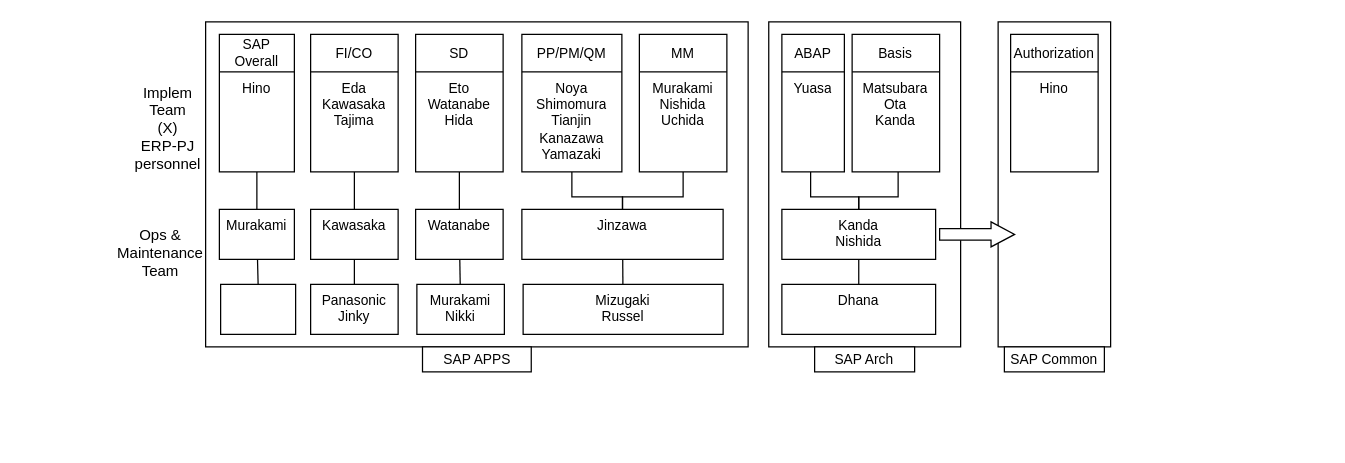
The draw.io diagram KP_org.drawio in ivanpilariza/assignment, before the edit. Source tidied: cells renumbered, new cells numbered last; positions are measured from the earlier drawing's top-left corner, leaving out a move shared by most shapes. Both pictures are drawn from the tidied source at 125%, with x=0, y=0 at pixel (122, 21).
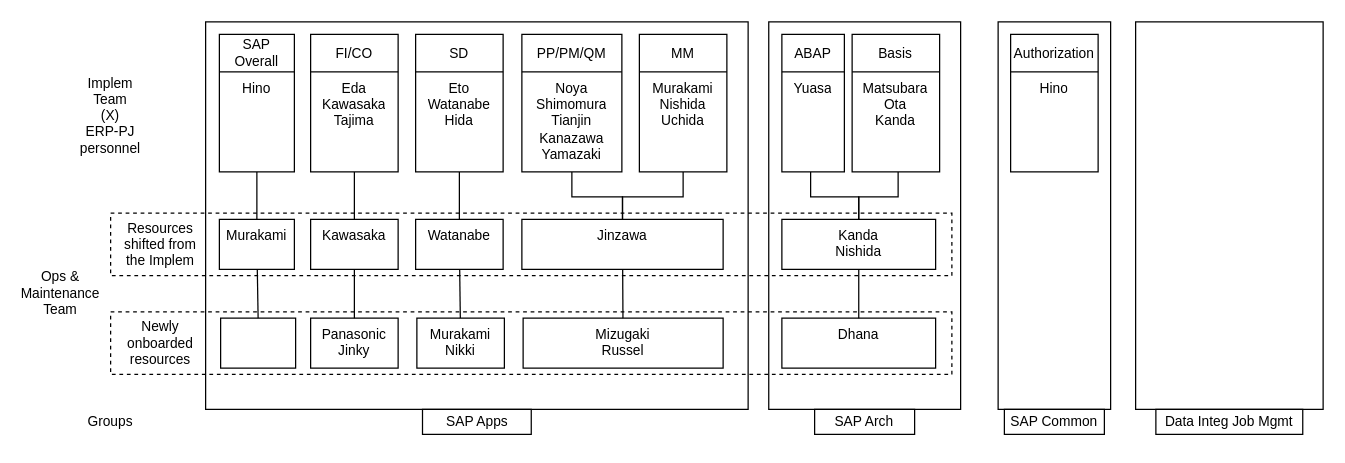
After the change.

The change refers to these unchanged cells:
```xml
<mxCell id="6" value="Hino" style="text;strokeColor=none;fillColor=none;align=center;verticalAlign=top;spacingLeft=4;spacingRight=4;overflow=hidden;points=[[0,0.5],[1,0.5]];portConstraint=eastwest;html=1;fontSize=11;whiteSpace=wrap;" parent="5" vertex="1">
  <mxGeometry y="30" width="60" height="80" as="geometry" />
</mxCell>
<mxCell id="8" value="Eda&lt;div&gt;Kawasaka&lt;/div&gt;&lt;div&gt;Tajima&lt;/div&gt;" style="text;strokeColor=none;fillColor=none;align=center;verticalAlign=top;spacingLeft=4;spacingRight=4;overflow=hidden;points=[[0,0.5],[1,0.5]];portConstraint=eastwest;whiteSpace=wrap;html=1;fontSize=11;" parent="7" vertex="1">
  <mxGeometry y="30" width="70" height="80" as="geometry" />
</mxCell>
<mxCell id="10" value="Eto&lt;div&gt;Watanabe&lt;/div&gt;&lt;div&gt;Hida&lt;/div&gt;" style="text;strokeColor=none;fillColor=none;align=center;verticalAlign=top;spacingLeft=4;spacingRight=4;overflow=hidden;points=[[0,0.5],[1,0.5]];portConstraint=eastwest;whiteSpace=wrap;html=1;fontSize=11;" parent="9" vertex="1">
  <mxGeometry y="30" width="70" height="80" as="geometry" />
</mxCell>
<mxCell id="12" value="&lt;font&gt;Noya&lt;/font&gt;&lt;div&gt;&lt;font&gt;Shimomura&lt;/font&gt;&lt;/div&gt;&lt;div&gt;&lt;font&gt;Tianjin&lt;/font&gt;&lt;/div&gt;&lt;div&gt;&lt;font&gt;Kanazawa&lt;/font&gt;&lt;/div&gt;&lt;div&gt;&lt;font&gt;Yamazaki&lt;/font&gt;&lt;/div&gt;" style="text;strokeColor=none;fillColor=none;align=center;verticalAlign=top;spacingLeft=4;spacingRight=4;overflow=hidden;points=[[0,0.5],[1,0.5]];portConstraint=eastwest;whiteSpace=wrap;html=1;fontSize=11;" parent="11" vertex="1">
  <mxGeometry y="30" width="80" height="80" as="geometry" />
</mxCell>
<mxCell id="14" value="Murakami&lt;div&gt;Nishida&lt;/div&gt;&lt;div&gt;Uchida&lt;/div&gt;" style="text;strokeColor=none;fillColor=none;align=center;verticalAlign=top;spacingLeft=4;spacingRight=4;overflow=hidden;points=[[0,0.5],[1,0.5]];portConstraint=eastwest;whiteSpace=wrap;html=1;fontSize=11;" parent="13" vertex="1">
  <mxGeometry y="30" width="70" height="80" as="geometry" />
</mxCell>
<mxCell id="15" value="ABAP" style="swimlane;fontStyle=0;horizontal=1;startSize=30;whiteSpace=wrap;html=1;fontSize=11;verticalAlign=middle;" parent="1" vertex="1">
  <mxGeometry x="527" y="10" width="50" height="110" as="geometry" />
</mxCell>
<mxCell id="18" value="Matsubara&lt;div&gt;Ota&lt;/div&gt;&lt;div&gt;Kanda&lt;/div&gt;" style="text;strokeColor=none;fillColor=none;align=center;verticalAlign=top;spacingLeft=4;spacingRight=4;overflow=hidden;points=[[0,0.5],[1,0.5]];portConstraint=eastwest;whiteSpace=wrap;html=1;fontSize=11;" parent="17" vertex="1">
  <mxGeometry y="30" width="70" height="80" as="geometry" />
</mxCell>
```

Change to the diagram source:
```diff
@@
-    <mxCell id="2" style="rounded=0;whiteSpace=wrap;html=1;" parent="1" vertex="1">
-      <mxGeometry x="700" width="90" height="260" as="geometry" />
+    <mxCell id="2" style="rounded=0;whiteSpace=wrap;html=1;fontSize=11;" parent="1" vertex="1">
+      <mxGeometry x="700" width="90" height="310" as="geometry" />
     </mxCell>
-    <mxCell id="3" style="rounded=0;whiteSpace=wrap;html=1;" parent="1" vertex="1">
-      <mxGeometry x="516.5" width="153.5" height="260" as="geometry" />
+    <mxCell id="3" style="rounded=0;whiteSpace=wrap;html=1;fontSize=11;" parent="1" vertex="1">
+      <mxGeometry x="516.5" width="153.5" height="310" as="geometry" />
     </mxCell>
-    <mxCell id="4" style="rounded=0;whiteSpace=wrap;html=1;" parent="1" vertex="1">
-      <mxGeometry x="66" width="434" height="260" as="geometry" />
+    <mxCell id="4" style="rounded=0;whiteSpace=wrap;html=1;fontSize=11;" parent="1" vertex="1">
+      <mxGeometry x="66" width="434" height="310" as="geometry" />
     </mxCell>
@@
-    <mxCell id="21" value="SAP APPS" style="rounded=0;whiteSpace=wrap;html=1;fontSize=11;verticalAlign=middle;" parent="1" vertex="1">
-      <mxGeometry x="239.5" y="260" width="87" height="20" as="geometry" />
+    <mxCell id="21" value="SAP Apps" style="rounded=0;whiteSpace=wrap;html=1;fontSize=11;verticalAlign=middle;" parent="1" vertex="1">
+      <mxGeometry x="239.5" y="310" width="87" height="20" as="geometry" />
     </mxCell>
     <mxCell id="22" value="Murakami" style="rounded=0;whiteSpace=wrap;html=1;fontSize=11;verticalAlign=top;" parent="1" vertex="1">
-      <mxGeometry x="77" y="150" width="60" height="40" as="geometry" />
+      <mxGeometry x="77" y="158" width="60" height="40" as="geometry" />
     </mxCell>
     <mxCell id="23" value="Kawasaka" style="rounded=0;whiteSpace=wrap;html=1;fontSize=11;verticalAlign=top;" parent="1" vertex="1">
-      <mxGeometry x="150" y="150" width="70" height="40" as="geometry" />
+      <mxGeometry x="150" y="158" width="70" height="40" as="geometry" />
     </mxCell>
     <mxCell id="24" value="Panasonic&lt;div&gt;Jinky&lt;/div&gt;" style="rounded=0;whiteSpace=wrap;html=1;fontSize=11;verticalAlign=top;" parent="1" vertex="1">
-      <mxGeometry x="150" y="210" width="70" height="40" as="geometry" />
+      <mxGeometry x="150" y="237" width="70" height="40" as="geometry" />
     </mxCell>
     <mxCell id="25" value="Watanabe" style="rounded=0;whiteSpace=wrap;html=1;fontSize=11;verticalAlign=top;" parent="1" vertex="1">
-      <mxGeometry x="234" y="150" width="70" height="40" as="geometry" />
+      <mxGeometry x="234" y="158" width="70" height="40" as="geometry" />
     </mxCell>
     <mxCell id="26" value="Murakami&lt;div&gt;Nikki&lt;/div&gt;" style="rounded=0;whiteSpace=wrap;html=1;fontSize=11;verticalAlign=top;" parent="1" vertex="1">
-      <mxGeometry x="235" y="210" width="70" height="40" as="geometry" />
+      <mxGeometry x="235" y="237" width="70" height="40" as="geometry" />
     </mxCell>
     <mxCell id="27" value="Jinzawa" style="rounded=0;whiteSpace=wrap;html=1;fontSize=11;verticalAlign=top;" parent="1" vertex="1">
-      <mxGeometry x="319" y="150" width="161" height="40" as="geometry" />
+      <mxGeometry x="319" y="158" width="161" height="40" as="geometry" />
     </mxCell>
     <mxCell id="28" value="Mizugaki&lt;div&gt;Russel&lt;/div&gt;" style="rounded=0;whiteSpace=wrap;html=1;fontSize=11;verticalAlign=top;" parent="1" vertex="1">
-      <mxGeometry x="320" y="210" width="160" height="40" as="geometry" />
+      <mxGeometry x="320" y="237" width="160" height="40" as="geometry" />
     </mxCell>
     <mxCell id="29" value="Kanda&lt;div&gt;Nishida&lt;/div&gt;" style="rounded=0;whiteSpace=wrap;html=1;fontSize=11;verticalAlign=top;" parent="1" vertex="1">
-      <mxGeometry x="527" y="150" width="123" height="40" as="geometry" />
+      <mxGeometry x="527" y="158" width="123" height="40" as="geometry" />
     </mxCell>
     <mxCell id="30" value="Dhana" style="rounded=0;whiteSpace=wrap;html=1;fontSize=11;verticalAlign=top;" parent="1" vertex="1">
-      <mxGeometry x="527" y="210" width="123" height="40" as="geometry" />
+      <mxGeometry x="527" y="237" width="123" height="40" as="geometry" />
     </mxCell>
     <mxCell id="31" value="SAP Arch" style="rounded=0;whiteSpace=wrap;html=1;fontSize=11;verticalAlign=middle;" parent="1" vertex="1">
-      <mxGeometry x="553.2" y="260" width="80" height="20" as="geometry" />
+      <mxGeometry x="553.2" y="310" width="80" height="20" as="geometry" />
     </mxCell>
     <mxCell id="32" value="SAP Common" style="rounded=0;whiteSpace=wrap;html=1;fontSize=11;verticalAlign=middle;" parent="1" vertex="1">
-      <mxGeometry x="705" y="260" width="80" height="20" as="geometry" />
+      <mxGeometry x="705" y="310" width="80" height="20" as="geometry" />
     </mxCell>
     <mxCell id="33" style="rounded=0;whiteSpace=wrap;html=1;fontSize=11;verticalAlign=top;" parent="1" vertex="1">
-      <mxGeometry x="78" y="210" width="60" height="40" as="geometry" />
+      <mxGeometry x="78" y="237" width="60" height="40" as="geometry" />
     </mxCell>
-    <mxCell id="34" value="Implem Team&lt;div&gt;&lt;div&gt;(X)&lt;/div&gt;&lt;div&gt;ERP-PJ&lt;/div&gt;&lt;div&gt;personnel&lt;/div&gt;&lt;/div&gt;" style="text;html=1;whiteSpace=wrap;strokeColor=none;fillColor=none;align=center;verticalAlign=middle;rounded=0;" parent="1" vertex="1">
-      <mxGeometry x="6" y="70" width="60" height="30" as="geometry" />
+    <mxCell id="34" value="Implem Team&lt;div&gt;&lt;div&gt;(X)&lt;/div&gt;&lt;div&gt;ERP-PJ&lt;/div&gt;&lt;div&gt;personnel&lt;/div&gt;&lt;/div&gt;" style="text;html=1;whiteSpace=wrap;strokeColor=none;fillColor=none;align=center;verticalAlign=middle;rounded=0;fontSize=11;" parent="1" vertex="1">
+      <mxGeometry x="-40" y="60" width="60" height="30" as="geometry" />
     </mxCell>
-    <mxCell id="35" value="Ops &amp;amp; Maintenance Team" style="text;html=1;whiteSpace=wrap;strokeColor=none;fillColor=none;align=center;verticalAlign=middle;rounded=0;" parent="1" vertex="1">
-      <mxGeometry y="170" width="60" height="30" as="geometry" />
+    <mxCell id="35" value="Ops &amp;amp; Maintenance Team" style="text;html=1;whiteSpace=wrap;strokeColor=none;fillColor=none;align=center;verticalAlign=middle;rounded=0;fontSize=11;" parent="1" vertex="1">
+      <mxGeometry x="-80" y="202" width="60" height="30" as="geometry" />
     </mxCell>
-    <mxCell id="36" style="endArrow=none;html=1;rounded=0;exitX=0.5;exitY=0;exitDx=0;exitDy=0;" parent="1" edge="1" source="22" target="6">
+    <mxCell id="36" style="endArrow=none;html=1;rounded=0;exitX=0.5;exitY=0;exitDx=0;exitDy=0;fontSize=11;" parent="1" edge="1" source="22" target="6">
       <mxGeometry relative="1" as="geometry" />
     </mxCell>
-    <mxCell id="37" style="endArrow=none;html=1;rounded=0;exitX=0.5;exitY=0;exitDx=0;exitDy=0;" parent="1" edge="1" source="23" target="8">
+    <mxCell id="37" style="endArrow=none;html=1;rounded=0;exitX=0.5;exitY=0;exitDx=0;exitDy=0;fontSize=11;" parent="1" edge="1" source="23" target="8">
       <mxGeometry relative="1" as="geometry" />
     </mxCell>
-    <mxCell id="38" style="endArrow=none;html=1;rounded=0;exitX=0.5;exitY=0;exitDx=0;exitDy=0;" parent="1" edge="1" source="25" target="10">
+    <mxCell id="38" style="endArrow=none;html=1;rounded=0;exitX=0.5;exitY=0;exitDx=0;exitDy=0;fontSize=11;" parent="1" edge="1" source="25" target="10">
       <mxGeometry relative="1" as="geometry" />
     </mxCell>
-    <mxCell id="39" style="endArrow=none;html=1;rounded=0;edgeStyle=orthogonalEdgeStyle;exitX=0.5;exitY=0;exitDx=0;exitDy=0;" parent="1" edge="1" source="27" target="14">
+    <mxCell id="39" style="endArrow=none;html=1;rounded=0;edgeStyle=orthogonalEdgeStyle;exitX=0.5;exitY=0;exitDx=0;exitDy=0;fontSize=11;" parent="1" edge="1" source="27" target="14">
       <mxGeometry relative="1" as="geometry">
         <Array as="points">
           <mxPoint x="400" y="140" />
           <mxPoint x="448" y="140" />
         </Array>
       </mxGeometry>
     </mxCell>
-    <mxCell id="40" style="endArrow=none;html=1;rounded=0;edgeStyle=orthogonalEdgeStyle;exitX=0.5;exitY=0;exitDx=0;exitDy=0;" parent="1" edge="1" source="27" target="12">
+    <mxCell id="40" style="endArrow=none;html=1;rounded=0;edgeStyle=orthogonalEdgeStyle;exitX=0.5;exitY=0;exitDx=0;exitDy=0;fontSize=11;" parent="1" edge="1" source="27" target="12">
       <mxGeometry relative="1" as="geometry">
         <Array as="points">
           <mxPoint x="400" y="140" />
           <mxPoint x="359" y="140" />
         </Array>
       </mxGeometry>
     </mxCell>
-    <mxCell id="41" style="endArrow=none;html=1;rounded=0;edgeStyle=orthogonalEdgeStyle;" parent="1" edge="1" source="29" target="15">
+    <mxCell id="41" style="endArrow=none;html=1;rounded=0;edgeStyle=orthogonalEdgeStyle;fontSize=11;" parent="1" edge="1" source="29" target="15">
       <mxGeometry relative="1" as="geometry">
         <Array as="points">
           <mxPoint x="589" y="140" />
           <mxPoint x="550" y="140" />
         </Array>
       </mxGeometry>
     </mxCell>
-    <mxCell id="42" style="endArrow=none;html=1;rounded=0;edgeStyle=orthogonalEdgeStyle;" parent="1" edge="1" source="29" target="18">
+    <mxCell id="42" style="endArrow=none;html=1;rounded=0;edgeStyle=orthogonalEdgeStyle;fontSize=11;" parent="1" edge="1" source="29" target="18">
       <mxGeometry relative="1" as="geometry">
         <Array as="points">
           <mxPoint x="589" y="140" />
           <mxPoint x="620" y="140" />
         </Array>
       </mxGeometry>
     </mxCell>
-    <mxCell id="43" style="endArrow=none;html=1;rounded=0;exitX=0.5;exitY=0;exitDx=0;exitDy=0;" parent="1" edge="1" source="33" target="22">
+    <mxCell id="43" style="endArrow=none;html=1;rounded=0;exitX=0.5;exitY=0;exitDx=0;exitDy=0;fontSize=11;" parent="1" edge="1" source="33" target="22">
       <mxGeometry relative="1" as="geometry" />
     </mxCell>
-    <mxCell id="44" style="endArrow=none;html=1;rounded=0;entryX=0.5;entryY=1;entryDx=0;entryDy=0;exitX=0.5;exitY=0;exitDx=0;exitDy=0;" parent="1" edge="1" source="24" target="23">
+    <mxCell id="44" style="endArrow=none;html=1;rounded=0;entryX=0.5;entryY=1;entryDx=0;entryDy=0;exitX=0.5;exitY=0;exitDx=0;exitDy=0;fontSize=11;" parent="1" edge="1" source="24" target="23">
       <mxGeometry relative="1" as="geometry" />
     </mxCell>
-    <mxCell id="45" style="endArrow=none;html=1;rounded=0;" parent="1" edge="1" source="26" target="25">
+    <mxCell id="45" style="endArrow=none;html=1;rounded=0;fontSize=11;" parent="1" edge="1" source="26" target="25">
       <mxGeometry relative="1" as="geometry" />
     </mxCell>
-    <mxCell id="46" style="endArrow=none;html=1;rounded=0;" parent="1" edge="1" source="28" target="27">
+    <mxCell id="46" style="endArrow=none;html=1;rounded=0;fontSize=11;" parent="1" edge="1" source="28" target="27">
       <mxGeometry relative="1" as="geometry" />
     </mxCell>
-    <mxCell id="47" style="endArrow=none;html=1;rounded=0;" parent="1" edge="1" source="30" target="29">
+    <mxCell id="47" style="endArrow=none;html=1;rounded=0;fontSize=11;" parent="1" edge="1" source="30" target="29">
       <mxGeometry relative="1" as="geometry" />
     </mxCell>
-    <mxCell id="48" style="html=1;shadow=0;dashed=0;align=center;verticalAlign=middle;shape=mxgraph.arrows2.arrow;dy=0.54;dx=18.87;notch=0;" parent="1" vertex="1">
-      <mxGeometry x="653.2" y="160" width="60" height="20" as="geometry" />
-    </mxCell>
+    <mxCell id="49" style="rounded=0;whiteSpace=wrap;html=1;fillColor=none;dashed=1;fontSize=11;" parent="1" vertex="1">
+      <mxGeometry x="-10" y="153" width="673" height="50" as="geometry" />
+    </mxCell>
+    <mxCell id="50" style="rounded=0;whiteSpace=wrap;html=1;fillColor=none;dashed=1;fontSize=11;" parent="1" vertex="1">
+      <mxGeometry x="-10" y="232" width="673" height="50" as="geometry" />
+    </mxCell>
+    <mxCell id="51" value="Groups" style="text;html=1;whiteSpace=wrap;strokeColor=none;fillColor=none;align=center;verticalAlign=middle;rounded=0;fontSize=11;" parent="1" vertex="1">
+      <mxGeometry x="-40" y="305" width="60" height="30" as="geometry" />
+    </mxCell>
+    <mxCell id="52" value="Resources shifted from the Implem" style="text;html=1;whiteSpace=wrap;strokeColor=none;fillColor=none;align=center;verticalAlign=middle;rounded=0;fontSize=11;" parent="1" vertex="1">
+      <mxGeometry y="163" width="60" height="30" as="geometry" />
+    </mxCell>
+    <mxCell id="53" value="Newly onboarded resources" style="text;html=1;whiteSpace=wrap;strokeColor=none;fillColor=none;align=center;verticalAlign=middle;rounded=0;fontSize=11;" parent="1" vertex="1">
+      <mxGeometry y="242" width="60" height="30" as="geometry" />
+    </mxCell>
+    <mxCell id="54" style="rounded=0;whiteSpace=wrap;html=1;fontSize=11;" parent="1" vertex="1">
+      <mxGeometry x="810" width="150" height="310" as="geometry" />
+    </mxCell>
+    <mxCell id="55" value="Data Integ Job Mgmt" style="rounded=0;whiteSpace=wrap;html=1;fontSize=11;verticalAlign=middle;" parent="1" vertex="1">
+      <mxGeometry x="826.2" y="310" width="117.5" height="20" as="geometry" />
+    </mxCell>
```
